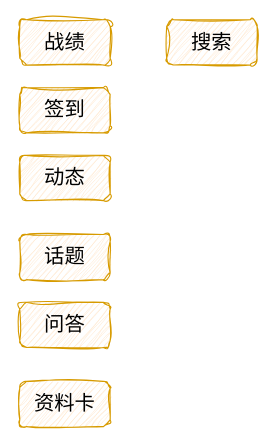
Above: nonConsistence.drawio in skindhu/9GAG (draw.io), before the change. Source tidied: cells renumbered, new cells numbered last; positions are measured from the earlier drawing's top-left corner, leaving out a move shared by most shapes. Both pictures are drawn from the tidied source at 113%, with x=0, y=0 at pixel (19, 19).
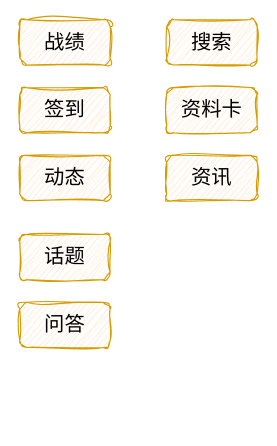
The same page after the edit.

Change to the diagram source:
```diff
@@
 <mxGraphModel>
   <root>
     <mxCell id="0" />
     <mxCell id="1" parent="0" />
     <mxCell id="2" value="&lt;font style=&quot;font-size: 18px;&quot;&gt;战绩&lt;/font&gt;" style="rounded=1;whiteSpace=wrap;html=1;fillColor=#ffe6cc;strokeColor=#d79b00;sketch=1;curveFitting=1;jiggle=2;" parent="1" vertex="1">
       <mxGeometry width="80" height="40" as="geometry" />
     </mxCell>
     <mxCell id="3" value="&lt;font style=&quot;font-size: 18px;&quot;&gt;签到&lt;/font&gt;" style="rounded=1;whiteSpace=wrap;html=1;fillColor=#ffe6cc;strokeColor=#d79b00;sketch=1;curveFitting=1;jiggle=2;" parent="1" vertex="1">
       <mxGeometry y="60" width="80" height="40" as="geometry" />
     </mxCell>
     <mxCell id="4" value="&lt;font style=&quot;font-size: 18px;&quot;&gt;动态&lt;/font&gt;" style="rounded=1;whiteSpace=wrap;html=1;fillColor=#ffe6cc;strokeColor=#d79b00;sketch=1;curveFitting=1;jiggle=2;" parent="1" vertex="1">
       <mxGeometry y="120" width="80" height="40" as="geometry" />
     </mxCell>
     <mxCell id="5" value="&lt;font style=&quot;font-size: 18px;&quot;&gt;话题&lt;/font&gt;" style="rounded=1;whiteSpace=wrap;html=1;fillColor=#ffe6cc;strokeColor=#d79b00;sketch=1;curveFitting=1;jiggle=2;" parent="1" vertex="1">
       <mxGeometry y="190" width="80" height="40" as="geometry" />
     </mxCell>
     <mxCell id="6" value="&lt;font style=&quot;font-size: 18px;&quot;&gt;问答&lt;/font&gt;" style="rounded=1;whiteSpace=wrap;html=1;fillColor=#ffe6cc;strokeColor=#d79b00;sketch=1;curveFitting=1;jiggle=2;" parent="1" vertex="1">
       <mxGeometry y="250" width="80" height="40" as="geometry" />
     </mxCell>
     <mxCell id="7" value="&lt;font style=&quot;font-size: 18px;&quot;&gt;资料卡&lt;/font&gt;" style="rounded=1;whiteSpace=wrap;html=1;fillColor=#ffe6cc;strokeColor=#d79b00;sketch=1;curveFitting=1;jiggle=2;" parent="1" vertex="1">
-      <mxGeometry y="320" width="80" height="40" as="geometry" />
+      <mxGeometry x="130" y="60" width="80" height="40" as="geometry" />
     </mxCell>
     <mxCell id="8" value="&lt;span style=&quot;font-size: 18px;&quot;&gt;搜索&lt;/span&gt;" style="rounded=1;whiteSpace=wrap;html=1;fillColor=#ffe6cc;strokeColor=#d79b00;sketch=1;curveFitting=1;jiggle=2;" parent="1" vertex="1">
       <mxGeometry x="130" width="80" height="40" as="geometry" />
     </mxCell>
+    <mxCell id="9" value="&lt;font style=&quot;font-size: 18px;&quot;&gt;资讯&lt;/font&gt;" style="rounded=1;whiteSpace=wrap;html=1;fillColor=#ffe6cc;strokeColor=#d79b00;sketch=1;curveFitting=1;jiggle=2;" parent="1" vertex="1">
+      <mxGeometry x="130" y="120" width="80" height="40" as="geometry" />
+    </mxCell>
   </root>
 </mxGraphModel>
```
